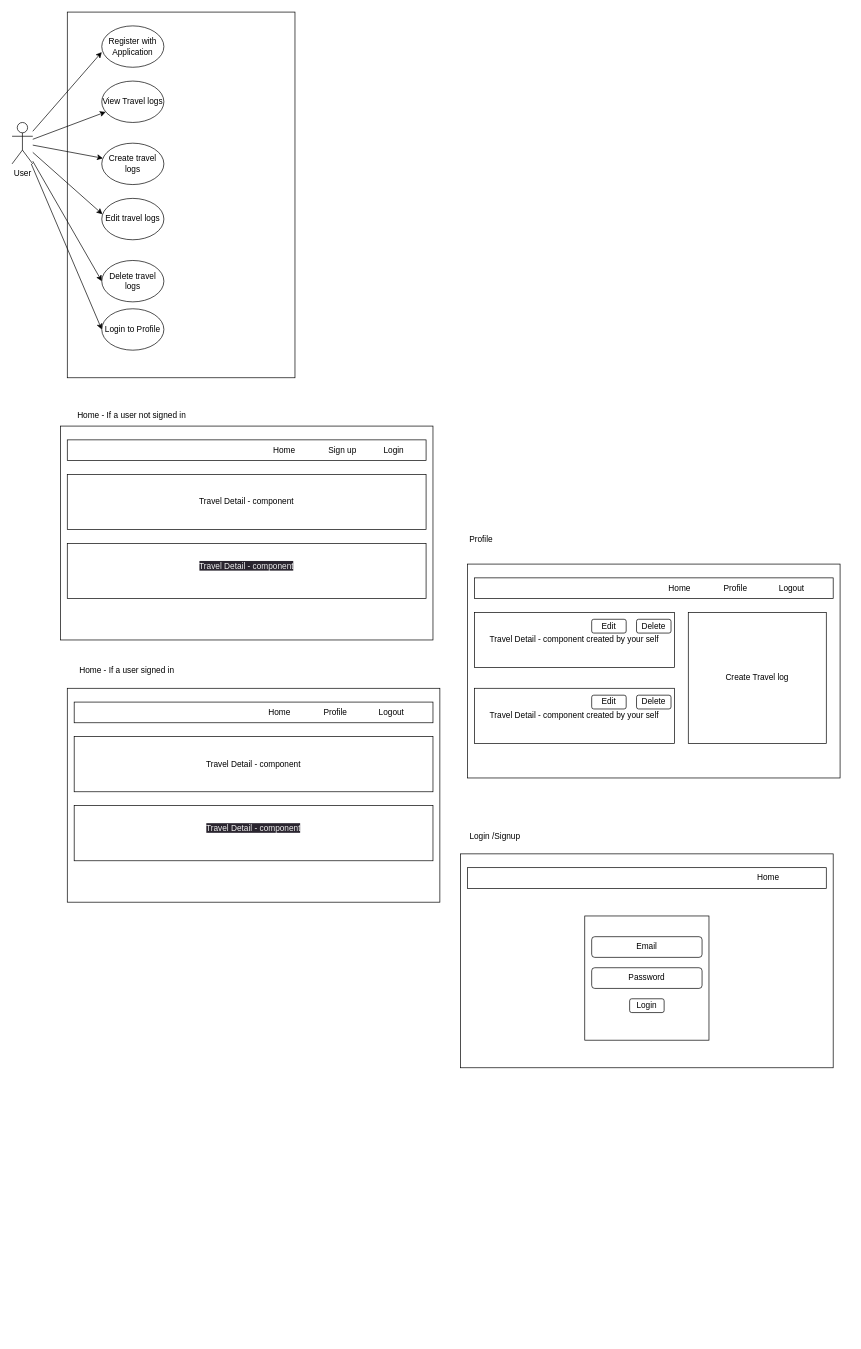
Ravindu007/MERN-travelog keeps this draw.io diagram as proposal/wireframes.drawio. Above is the earlier version. Source tidied: cells renumbered, new cells numbered last; positions are measured from the earlier drawing's top-left corner, leaving out a move shared by most shapes. Both pictures are drawn from the tidied source at 69%, with x=0, y=0 at pixel (12, 12).
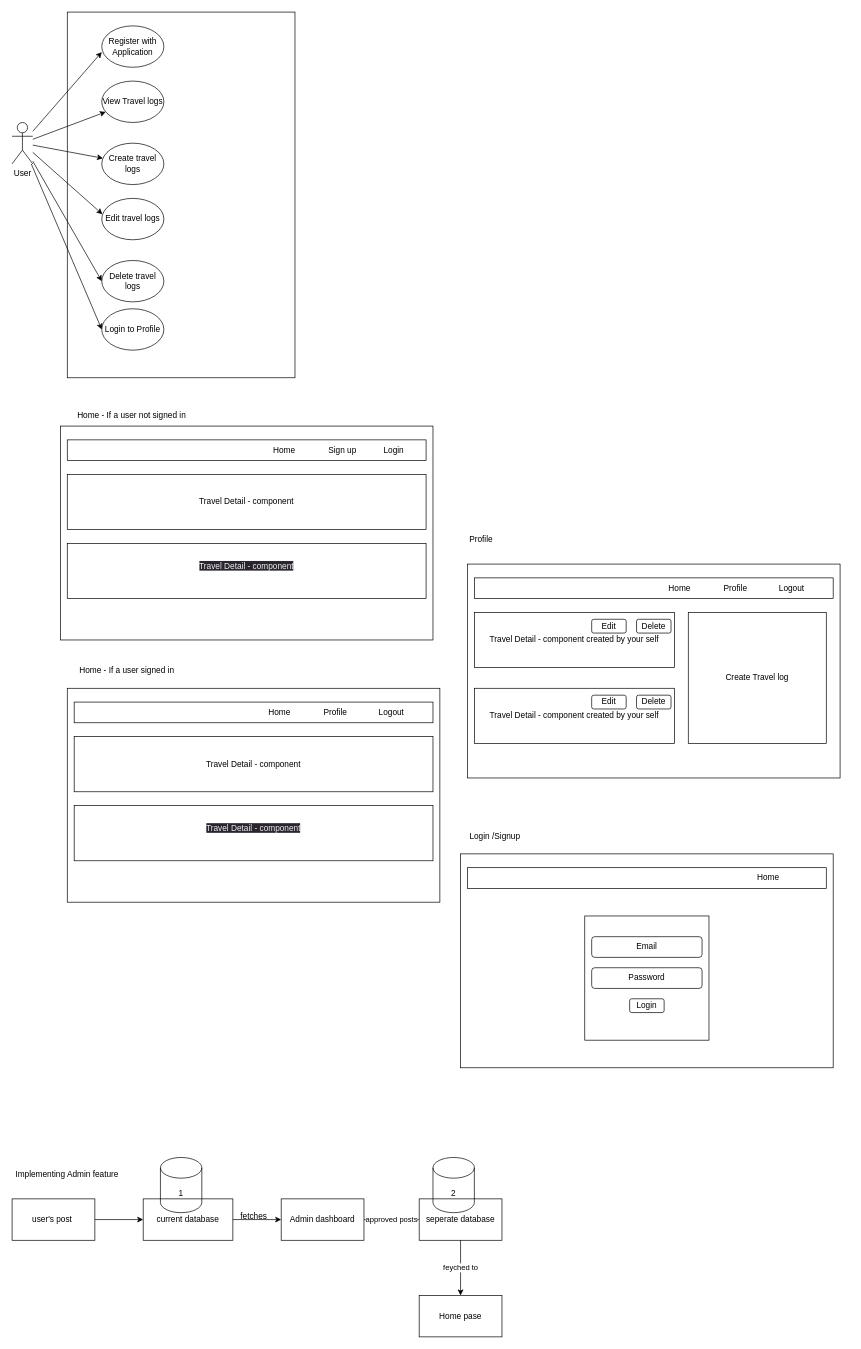
After the change.

Commit message (it also covers changes not shown here):
Admin pannel show only to Admin users

Diff of the diagram source:
```diff
@@
+    <mxCell id="49" style="edgeStyle=none;html=1;exitX=1;exitY=0.5;exitDx=0;exitDy=0;entryX=0;entryY=0.5;entryDx=0;entryDy=0;" parent="1" edge="1" source="50" target="53">
+      <mxGeometry relative="1" as="geometry" />
+    </mxCell>
+    <mxCell id="50" value="user's post&amp;nbsp;" style="rounded=0;whiteSpace=wrap;html=1;fillColor=none;" parent="1" vertex="1">
+      <mxGeometry y="1720" width="120" height="60" as="geometry" />
+    </mxCell>
+    <mxCell id="51" value="Implementing Admin feature" style="text;html=1;strokeColor=none;fillColor=none;align=center;verticalAlign=middle;whiteSpace=wrap;rounded=0;" parent="1" vertex="1">
+      <mxGeometry y="1670" width="160" height="30" as="geometry" />
+    </mxCell>
+    <mxCell id="52" style="edgeStyle=none;html=1;entryX=0;entryY=0.5;entryDx=0;entryDy=0;" parent="1" edge="1" source="53" target="55">
+      <mxGeometry relative="1" as="geometry" />
+    </mxCell>
+    <mxCell id="53" value="current database" style="rounded=0;whiteSpace=wrap;html=1;fillColor=none;" parent="1" vertex="1">
+      <mxGeometry x="190" y="1720" width="130" height="60" as="geometry" />
+    </mxCell>
+    <mxCell id="54" value="approved posts" style="edgeStyle=none;html=1;" parent="1" edge="1" source="55" target="58">
+      <mxGeometry relative="1" as="geometry" />
+    </mxCell>
+    <mxCell id="55" value="Admin dashboard" style="rounded=0;whiteSpace=wrap;html=1;fillColor=none;" parent="1" vertex="1">
+      <mxGeometry x="390" y="1720" width="120" height="60" as="geometry" />
+    </mxCell>
+    <mxCell id="56" value="fetches" style="text;html=1;align=center;verticalAlign=middle;strokeColor=none;fillColor=none;" parent="1" vertex="1">
+      <mxGeometry x="320" y="1730" width="60" height="30" as="geometry" />
+    </mxCell>
+    <mxCell id="57" value="feyched to" style="edgeStyle=none;html=1;" parent="1" edge="1" source="58" target="59">
+      <mxGeometry relative="1" as="geometry" />
+    </mxCell>
+    <mxCell id="58" value="seperate database" style="whiteSpace=wrap;html=1;fillColor=none;rounded=0;" parent="1" vertex="1">
+      <mxGeometry x="590" y="1720" width="120" height="60" as="geometry" />
+    </mxCell>
+    <mxCell id="59" value="Home pase" style="whiteSpace=wrap;html=1;fillColor=none;rounded=0;" parent="1" vertex="1">
+      <mxGeometry x="590" y="1860" width="120" height="60" as="geometry" />
+    </mxCell>
+    <mxCell id="60" value="1" style="shape=cylinder3;whiteSpace=wrap;html=1;boundedLbl=1;backgroundOutline=1;size=15;fillColor=none;" parent="1" vertex="1">
+      <mxGeometry x="215" y="1660" width="60" height="80" as="geometry" />
+    </mxCell>
+    <mxCell id="61" value="2" style="shape=cylinder3;whiteSpace=wrap;html=1;boundedLbl=1;backgroundOutline=1;size=15;fillColor=none;" parent="1" vertex="1">
+      <mxGeometry x="610" y="1660" width="60" height="80" as="geometry" />
+    </mxCell>
```
